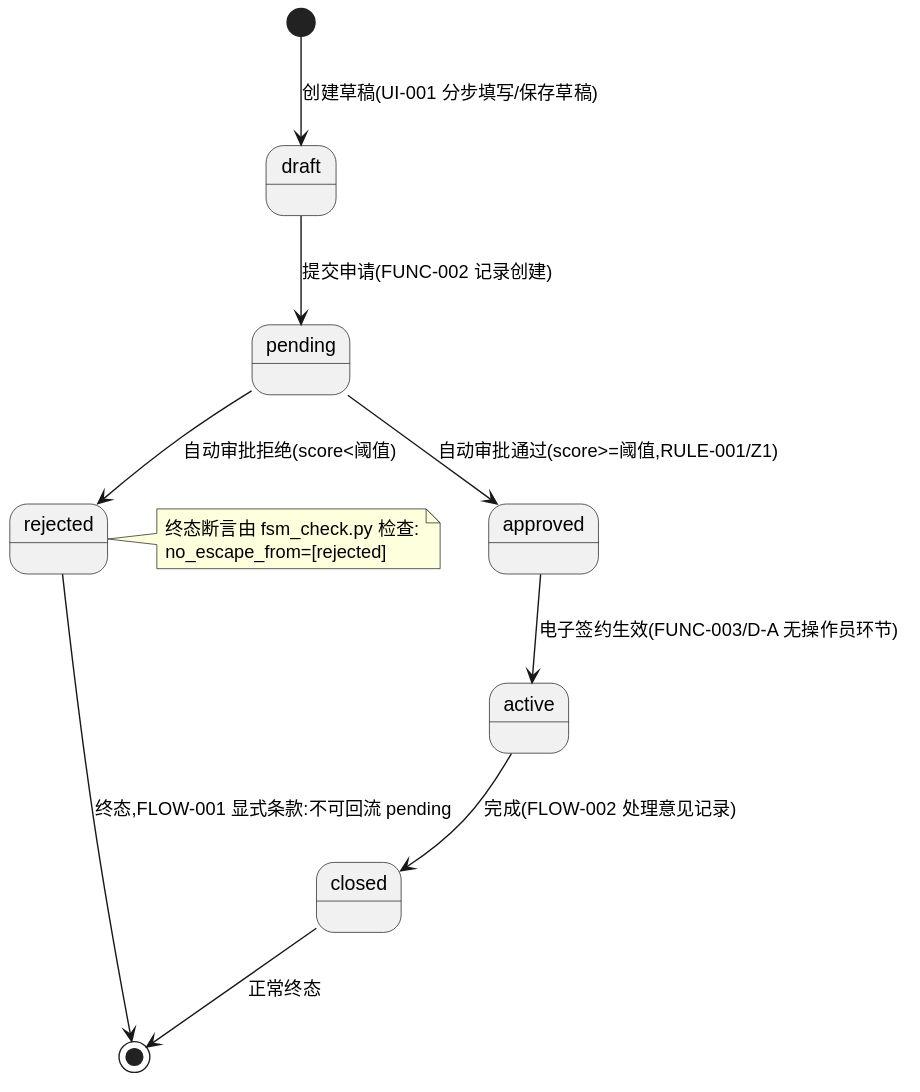
fisheryu-cn1/AI-Coding-Engineering keeps this PlantUML diagram as research/requirement-to-spec/cases/loan-system/formal/flow-model.svg. Above is the earlier version.
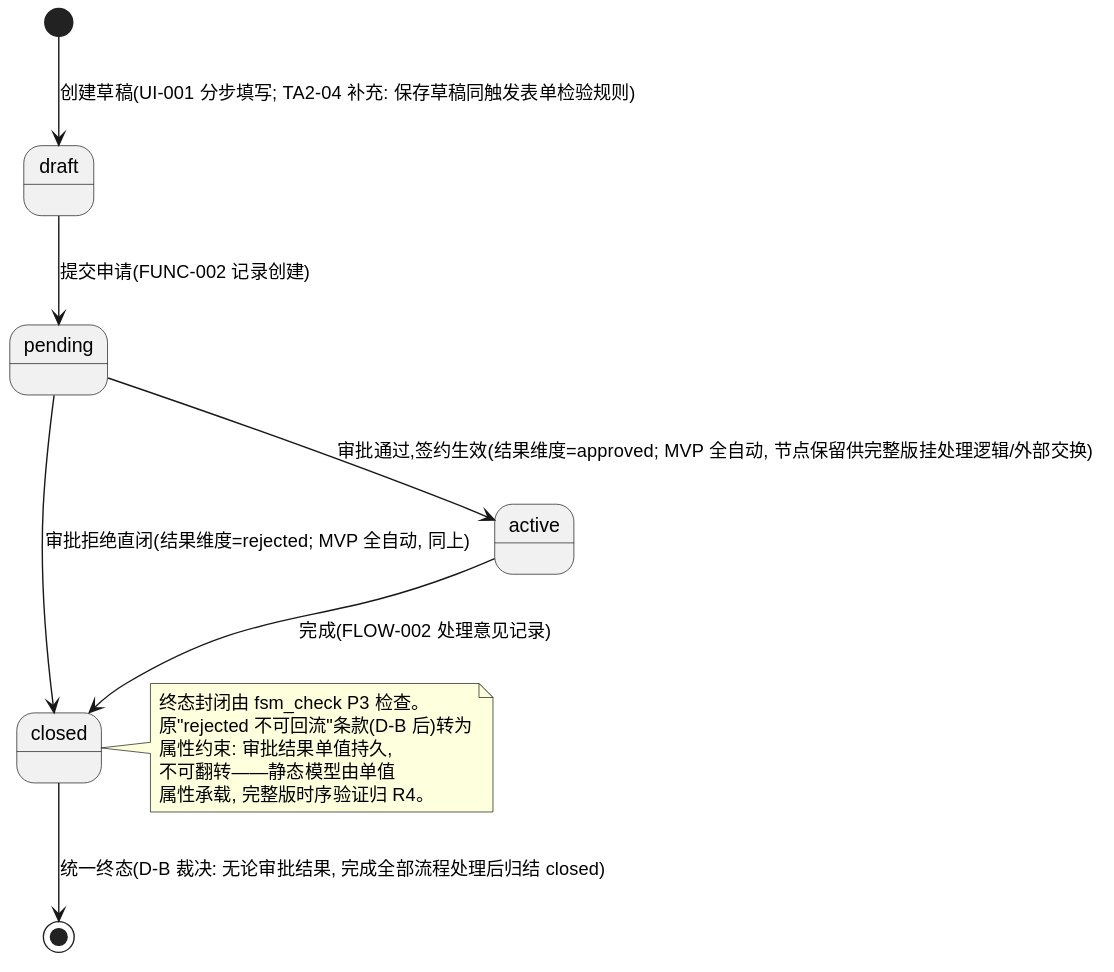
Later version of the same file.

What changed in the source:
```diff
@@ -1,17 +1,18 @@
 @startuml
 
-[*] --> draft : 创建草稿(UI-001 分步填写/保存草稿)
+[*] --> draft : 创建草稿(UI-001 分步填写; TA2-04 补充: 保存草稿同触发表单检验规则)
 draft --> pending : 提交申请(FUNC-002 记录创建)
-pending --> approved : 自动审批通过(score>=阈值,RULE-001/Z1)
-pending --> rejected : 自动审批拒绝(score<阈值)
-approved --> active : 电子签约生效(FUNC-003/D-A 无操作员环节)
+pending --> active : 审批通过,签约生效(结果维度=approved; MVP 全自动, 节点保留供完整版挂处理逻辑/外部交换)
+pending --> closed : 审批拒绝直闭(结果维度=rejected; MVP 全自动, 同上)
 active --> closed : 完成(FLOW-002 处理意见记录)
 
-closed --> [*] : 正常终态
-rejected --> [*] : 终态,FLOW-001 显式条款:不可回流 pending
+closed --> [*] : 统一终态(D-B 裁决: 无论审批结果, 完成全部流程处理后归结 closed)
 
-note right of rejected
-  终态断言由 fsm_check.py 检查:
-  no_escape_from=[rejected]
+note right of closed
+  终态封闭由 fsm_check P3 检查。
+  原"rejected 不可回流"条款(D-B 后)转为
+  属性约束: 审批结果单值持久,
+  不可翻转——静态模型由单值
+  属性承载, 完整版时序验证归 R4。
 end note
 @enduml
```
